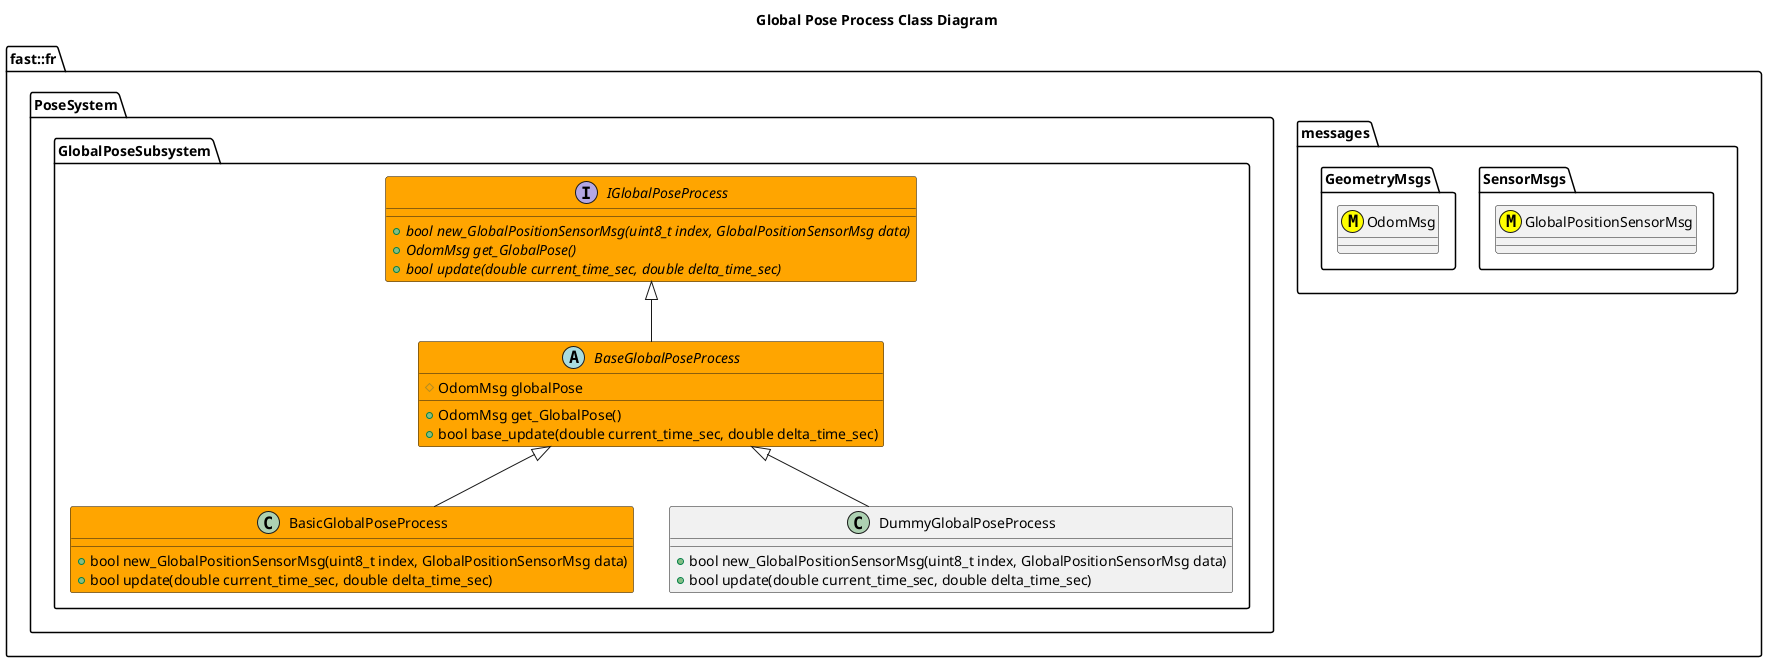
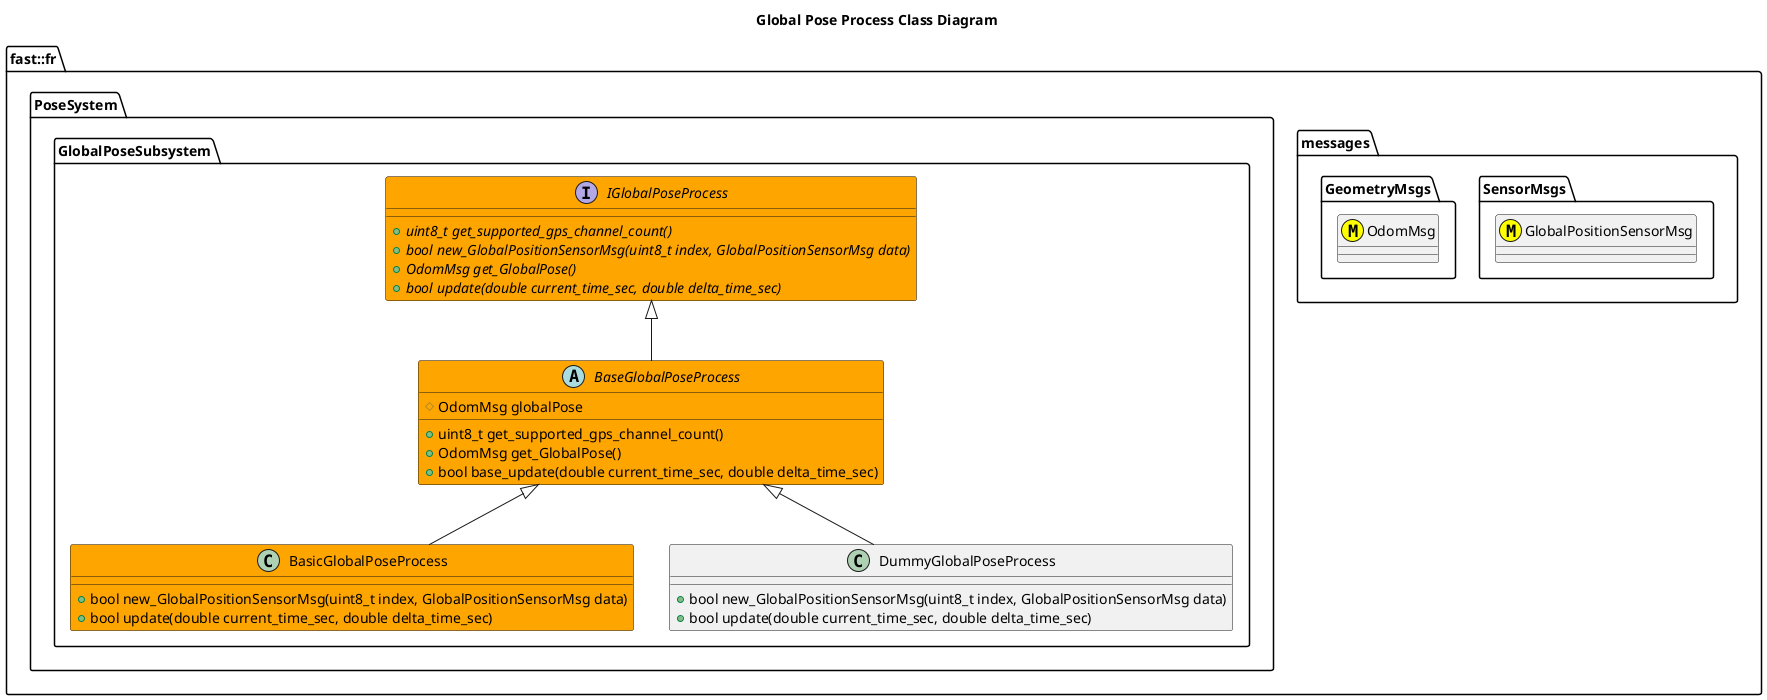
@startuml
title Global Pose Process Class Diagram

namespace fast::fr {
  namespace messages {
    namespace SensorMsgs {
      class GlobalPositionSensorMsg <<(M,#FFFF00)>>
    }
    namespace GeometryMsgs {
      class OdomMsg <<(M,#FFFF00)>>
    }
  }
  namespace PoseSystem {
    namespace GlobalPoseSubsystem {
        interface IGlobalPoseProcess #Orange {
+           +{abstract} uint8_t get_supported_gps_channel_count()
          +{abstract} bool new_GlobalPositionSensorMsg(uint8_t index, GlobalPositionSensorMsg data)
          +{abstract} OdomMsg get_GlobalPose()
          +{abstract} bool update(double current_time_sec, double delta_time_sec)
        }
        abstract BaseGlobalPoseProcess #Orange {
+           +uint8_t get_supported_gps_channel_count()
          +OdomMsg get_GlobalPose()
          +bool base_update(double current_time_sec, double delta_time_sec)
          #OdomMsg globalPose

        }
        BaseGlobalPoseProcess -up-|> IGlobalPoseProcess
        class BasicGlobalPoseProcess #Orange {
          +bool new_GlobalPositionSensorMsg(uint8_t index, GlobalPositionSensorMsg data)
          +bool update(double current_time_sec, double delta_time_sec)
        }
        BasicGlobalPoseProcess -up-|> BaseGlobalPoseProcess
        class DummyGlobalPoseProcess {
          +bool new_GlobalPositionSensorMsg(uint8_t index, GlobalPositionSensorMsg data)
          +bool update(double current_time_sec, double delta_time_sec)
        }
        DummyGlobalPoseProcess -up-|> BaseGlobalPoseProcess
    }
  }
}
@enduml